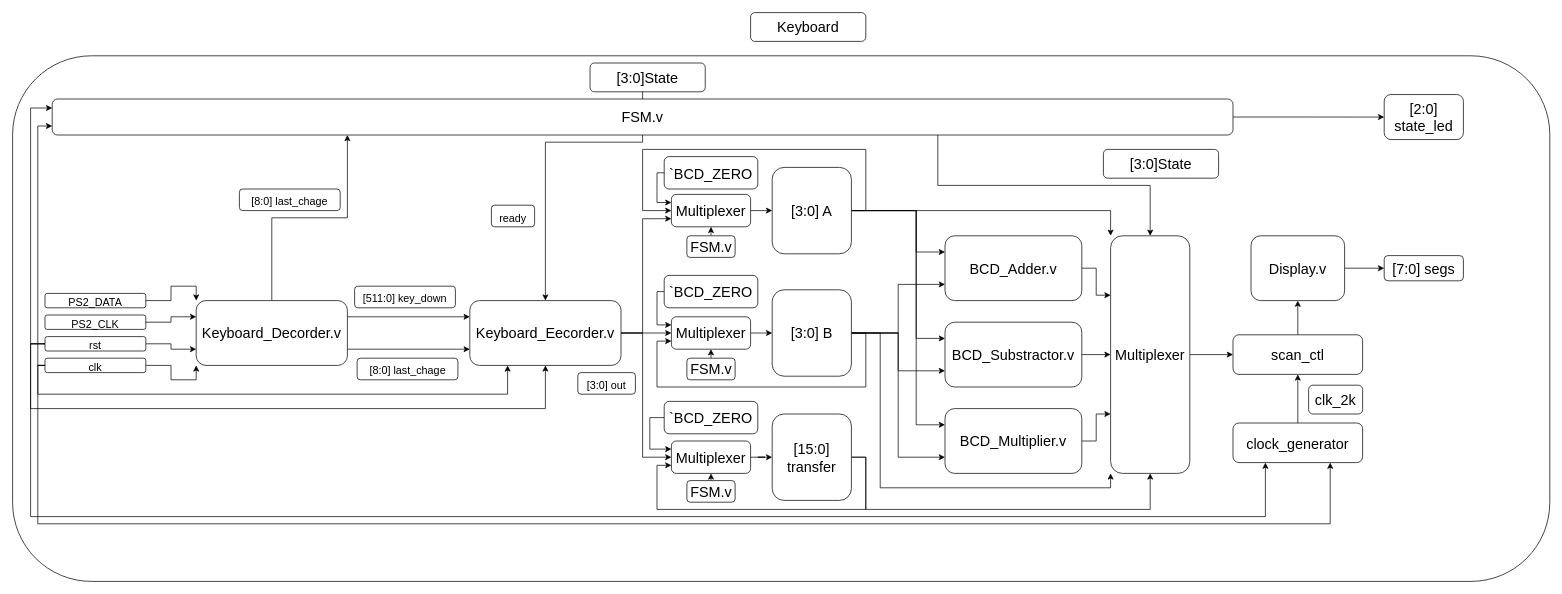
Earlier version of the draw.io diagram Keyboard_3.drawio (Allenaxe/diagram). Source tidied: cells renumbered, new cells numbered last; positions are measured from the earlier drawing's top-left corner, leaving out a move shared by most shapes. Both pictures are drawn from the tidied source at 72%, with x=0, y=0 at pixel (12, 12).
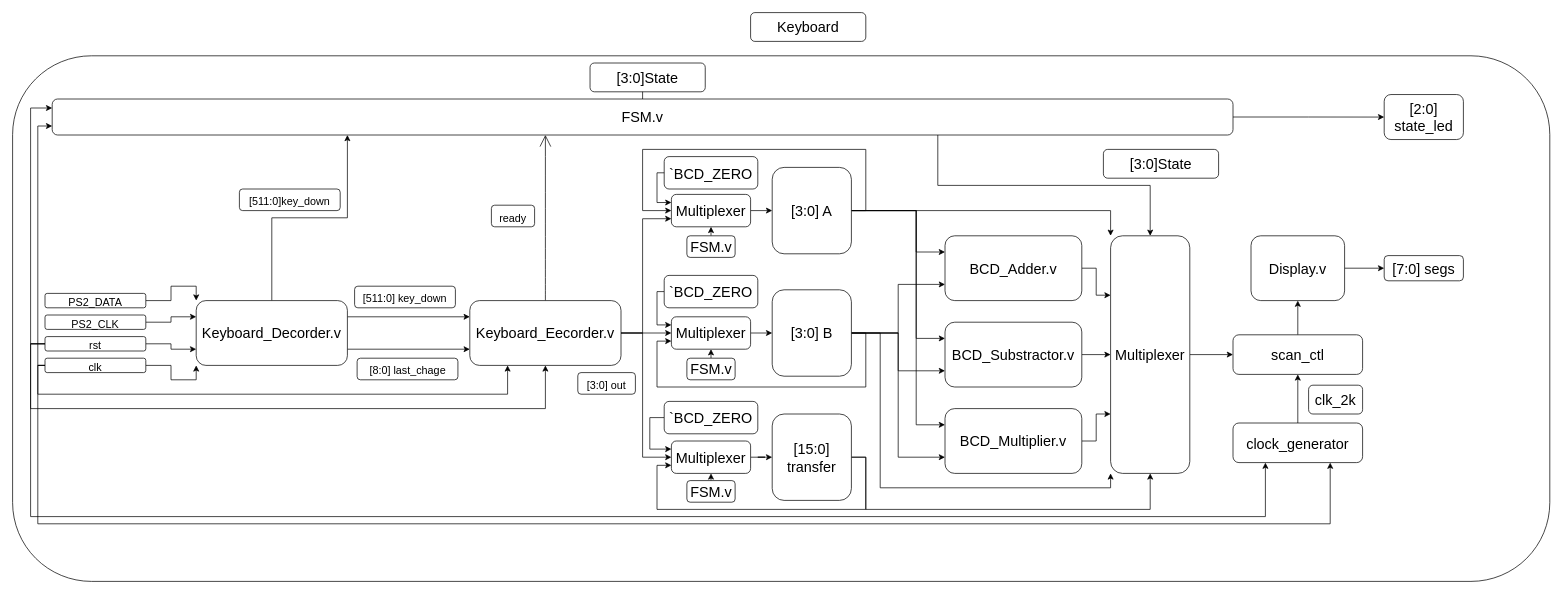
After the change.

Unchanged cells that the change refers to:
```xml
<mxCell id="10" value="&lt;span style=&quot;font-size: 20px&quot;&gt;Keyboard_Eecorder.v&lt;/span&gt;" style="whiteSpace=wrap;html=1;rounded=1;" parent="1" vertex="1">
  <mxGeometry x="635" y="400" width="210" height="90" as="geometry" />
</mxCell>
<mxCell id="75" value="&lt;span style=&quot;font-size: 20px&quot;&gt;FSM.v&lt;/span&gt;" style="whiteSpace=wrap;html=1;rounded=1;" parent="1" vertex="1">
  <mxGeometry x="55" y="120" width="1640" height="50" as="geometry" />
</mxCell>
```

What changed in the source:
```diff
@@
+    <mxCell id="88" style="edgeStyle=none;curved=1;rounded=0;jettySize=auto;html=1;exitX=0.5;exitY=0;exitDx=0;exitDy=0;endArrow=open;startSize=14;endSize=14;sourcePerimeterSpacing=8;targetPerimeterSpacing=8;" parent="1" edge="1" source="10">
+      <mxGeometry relative="1" as="geometry">
+        <mxPoint x="740" y="170" as="targetPoint" />
+      </mxGeometry>
+    </mxCell>
@@
-    <mxCell id="72" style="edgeStyle=orthogonalEdgeStyle;rounded=0;jettySize=auto;html=1;exitX=0.5;exitY=1;exitDx=0;exitDy=0;entryX=0.5;entryY=0;entryDx=0;entryDy=0;fontSize=20;" parent="1" edge="1" source="75" target="10">
-      <mxGeometry relative="1" as="geometry">
-        <Array as="points">
-          <mxPoint x="875" y="180" />
-          <mxPoint x="740" y="180" />
-        </Array>
-      </mxGeometry>
-    </mxCell>
@@
-    <mxCell id="78" value="&lt;font style=&quot;font-size: 15px&quot;&gt;[8:0] last_chage&lt;/font&gt;" style="rounded=1;whiteSpace=wrap;html=1;fontSize=20;" parent="1" vertex="1">
+    <mxCell id="78" value="&lt;span style=&quot;font-size: 15px;&quot;&gt;[511:0]key_down&lt;/span&gt;" style="rounded=1;whiteSpace=wrap;html=1;fontSize=20;" parent="1" vertex="1">
       <mxGeometry x="315" y="245" width="140" height="30" as="geometry" />
     </mxCell>
```
